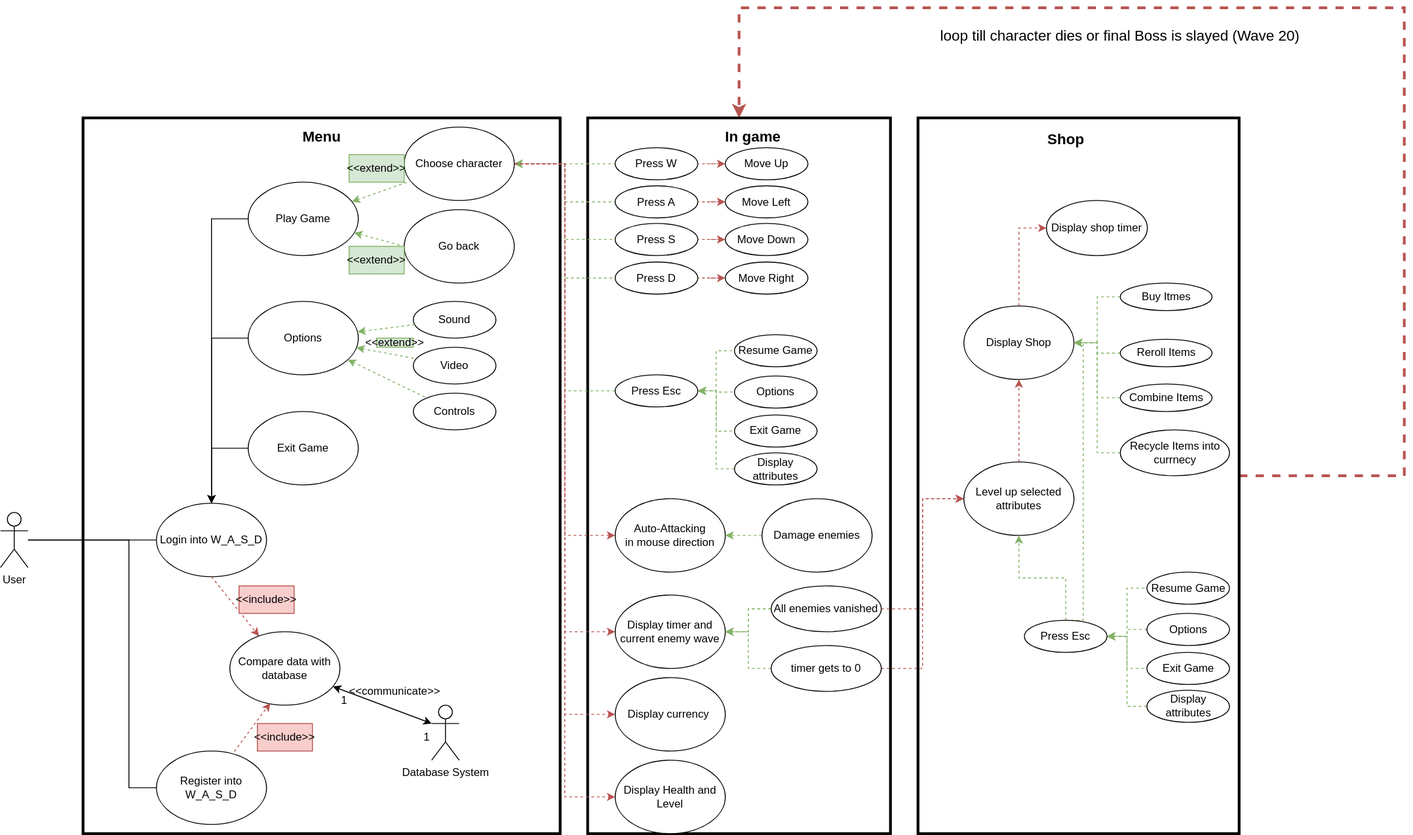
The draw.io diagram diagrams/Use-Case-Diagrams/Use-Case-DiagrammV.1.drawio.svg in Andrushka130/WASD, before a commit. Source tidied: cells renumbered, new cells last; positions are measured from the earlier drawing's top-left corner, leaving out a move shared by most shapes.
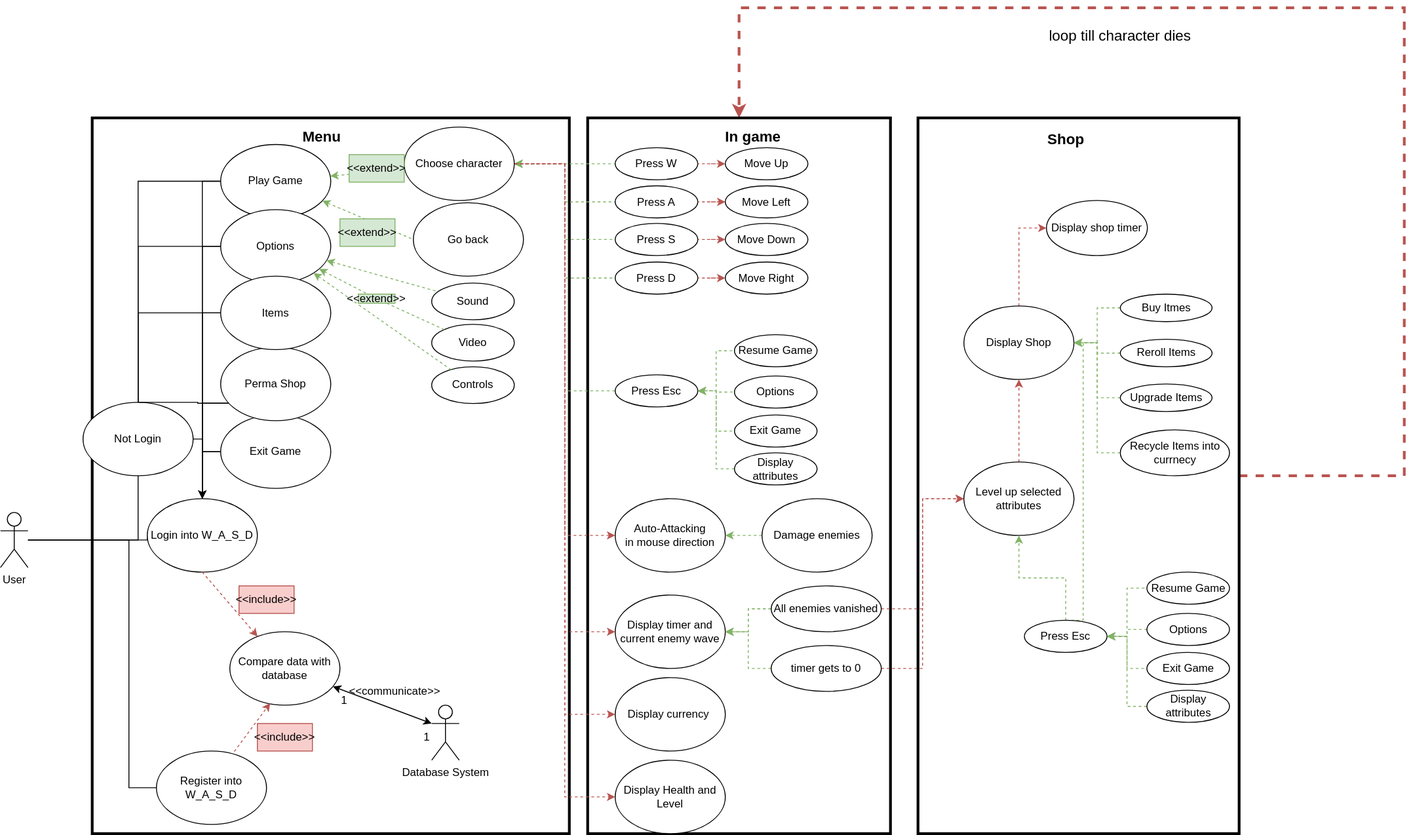
The same file after the commit.

Change to the diagram source:
```diff
@@ -18,7 +18,7 @@
       <mxGeometry x="640" y="120" width="330" height="780" as="geometry" />
     </mxCell>
     <mxCell id="5" style="rounded=0;whiteSpace=wrap;html=1;fillColor=default;strokeWidth=3;" parent="1" vertex="1">
-      <mxGeometry x="90" y="120" width="520" height="780" as="geometry" />
+      <mxGeometry x="100" y="120" width="520" height="780" as="geometry" />
     </mxCell>
     <mxCell id="6" style="edgeStyle=orthogonalEdgeStyle;rounded=0;jettySize=auto;html=1;entryX=0;entryY=0.5;entryDx=0;entryDy=0;startArrow=none;startFill=0;endArrow=none;endFill=0;" parent="1" edge="1" source="8" target="12">
       <mxGeometry relative="1" as="geometry">
@@ -36,6 +36,9 @@
         </Array>
       </mxGeometry>
     </mxCell>
+    <mxCell id="112" style="edgeStyle=orthogonalEdgeStyle;rounded=0;jettySize=auto;html=1;entryX=0.5;entryY=1;entryDx=0;entryDy=0;endArrow=none;endFill=0;" parent="1" edge="1" source="8" target="116">
+      <mxGeometry relative="1" as="geometry" />
+    </mxCell>
     <mxCell id="8" value="User" style="shape=umlActor;verticalLabelPosition=bottom;verticalAlign=top;html=1;outlineConnect=0;" parent="1" vertex="1">
       <mxGeometry y="550" width="30" height="60" as="geometry" />
     </mxCell>
@@ -43,13 +46,21 @@
       <mxGeometry relative="1" as="geometry" />
     </mxCell>
     <mxCell id="10" style="edgeStyle=orthogonalEdgeStyle;rounded=0;jettySize=auto;html=1;entryX=0;entryY=0.5;entryDx=0;entryDy=0;startArrow=classic;startFill=1;endArrow=none;endFill=0;" parent="1" edge="1" source="12" target="26">
-      <mxGeometry relative="1" as="geometry" />
+      <mxGeometry relative="1" as="geometry">
+        <Array as="points">
+          <mxPoint x="220" y="260" />
+        </Array>
+      </mxGeometry>
     </mxCell>
     <mxCell id="11" style="edgeStyle=orthogonalEdgeStyle;rounded=0;jettySize=auto;html=1;entryX=0;entryY=0.5;entryDx=0;entryDy=0;startArrow=classic;startFill=1;endArrow=none;endFill=0;" parent="1" edge="1" source="12" target="24">
-      <mxGeometry relative="1" as="geometry" />
+      <mxGeometry relative="1" as="geometry">
+        <Array as="points">
+          <mxPoint x="220" y="189" />
+        </Array>
+      </mxGeometry>
     </mxCell>
     <mxCell id="12" value="Login into W_A_S_D" style="ellipse;whiteSpace=wrap;html=1;" parent="1" vertex="1">
-      <mxGeometry x="170" y="540" width="120" height="80" as="geometry" />
+      <mxGeometry x="160" y="535" width="120" height="80" as="geometry" />
     </mxCell>
     <mxCell id="13" value="Compare data with database" style="ellipse;whiteSpace=wrap;html=1;" parent="1" vertex="1">
       <mxGeometry x="250" y="680" width="120" height="80" as="geometry" />
@@ -84,14 +95,23 @@
     <mxCell id="23" value="&amp;lt;&amp;lt;include&amp;gt;&amp;gt;" style="text;html=1;strokeColor=#b85450;fillColor=#f8cecc;align=center;verticalAlign=middle;whiteSpace=wrap;rounded=0;" parent="1" vertex="1">
       <mxGeometry x="280" y="780" width="60" height="30" as="geometry" />
     </mxCell>
+    <mxCell id="113" style="edgeStyle=orthogonalEdgeStyle;rounded=0;jettySize=auto;html=1;endArrow=none;endFill=0;" parent="1" edge="1" source="24" target="116">
+      <mxGeometry relative="1" as="geometry" />
+    </mxCell>
     <mxCell id="24" value="Play Game" style="ellipse;whiteSpace=wrap;html=1;" parent="1" vertex="1">
-      <mxGeometry x="270" y="190" width="120" height="80" as="geometry" />
+      <mxGeometry x="240" y="149" width="120" height="80" as="geometry" />
     </mxCell>
+    <mxCell id="114" style="edgeStyle=orthogonalEdgeStyle;rounded=0;jettySize=auto;html=1;endArrow=none;endFill=0;" parent="1" edge="1" source="25" target="116">
+      <mxGeometry relative="1" as="geometry" />
+    </mxCell>
     <mxCell id="25" value="Exit Game" style="ellipse;whiteSpace=wrap;html=1;" parent="1" vertex="1">
-      <mxGeometry x="270" y="440" width="120" height="80" as="geometry" />
+      <mxGeometry x="240" y="443.8" width="120" height="80" as="geometry" />
     </mxCell>
+    <mxCell id="115" style="edgeStyle=orthogonalEdgeStyle;rounded=0;jettySize=auto;html=1;endArrow=none;endFill=0;" parent="1" edge="1" source="26" target="116">
+      <mxGeometry relative="1" as="geometry" />
+    </mxCell>
     <mxCell id="26" value="Options" style="ellipse;whiteSpace=wrap;html=1;" parent="1" vertex="1">
-      <mxGeometry x="270" y="320" width="120" height="80" as="geometry" />
+      <mxGeometry x="240" y="220" width="120" height="80" as="geometry" />
     </mxCell>
     <mxCell id="27" style="edgeStyle=orthogonalEdgeStyle;rounded=0;jettySize=auto;html=1;fontSize=16;startArrow=classic;startFill=1;endArrow=none;endFill=0;fillColor=#d5e8d4;strokeColor=#82b366;dashed=1;" parent="1" edge="1" source="35" target="50">
       <mxGeometry relative="1" as="geometry" />
@@ -127,35 +147,32 @@
       <mxGeometry x="380" y="160" width="60" height="30" as="geometry" />
     </mxCell>
     <mxCell id="38" value="Go back" style="ellipse;whiteSpace=wrap;html=1;" parent="1" vertex="1">
-      <mxGeometry x="440" y="220" width="120" height="80" as="geometry" />
+      <mxGeometry x="450" y="212.5" width="120" height="80" as="geometry" />
     </mxCell>
     <mxCell id="39" style="endArrow=none;html=1;rounded=0;dashed=1;fillColor=#d5e8d4;strokeColor=#82b366;startArrow=classic;startFill=1;endFill=0;entryX=0;entryY=0.5;entryDx=0;entryDy=0;" parent="1" edge="1" source="24" target="38">
       <mxGeometry relative="1" as="geometry" />
     </mxCell>
     <mxCell id="40" value="&amp;lt;&amp;lt;extend&amp;gt;&amp;gt;" style="text;html=1;strokeColor=#82b366;fillColor=#d5e8d4;align=center;verticalAlign=middle;whiteSpace=wrap;rounded=0;" parent="1" vertex="1">
-      <mxGeometry x="380" y="260" width="60" height="30" as="geometry" />
+      <mxGeometry x="370" y="230" width="60" height="30" as="geometry" />
     </mxCell>
     <mxCell id="41" value="Sound" style="ellipse;whiteSpace=wrap;html=1;" parent="1" vertex="1">
-      <mxGeometry x="450" y="320" width="90" height="40" as="geometry" />
+      <mxGeometry x="470" y="300" width="90" height="40" as="geometry" />
     </mxCell>
     <mxCell id="42" value="Video" style="ellipse;whiteSpace=wrap;html=1;" parent="1" vertex="1">
-      <mxGeometry x="450" y="370" width="90" height="40" as="geometry" />
+      <mxGeometry x="470" y="345" width="90" height="40" as="geometry" />
     </mxCell>
     <mxCell id="43" value="Controls" style="ellipse;whiteSpace=wrap;html=1;" parent="1" vertex="1">
-      <mxGeometry x="450" y="420" width="90" height="40" as="geometry" />
+      <mxGeometry x="470" y="391.2" width="90" height="40" as="geometry" />
     </mxCell>
     <mxCell id="44" style="endArrow=none;html=1;rounded=0;dashed=1;fillColor=#d5e8d4;strokeColor=#82b366;startArrow=classic;startFill=1;endFill=0;" parent="1" edge="1" source="26" target="41">
       <mxGeometry relative="1" as="geometry" />
     </mxCell>
-    <mxCell id="45" style="endArrow=none;html=1;rounded=0;dashed=1;fillColor=#d5e8d4;strokeColor=#82b366;startArrow=classic;startFill=1;endFill=0;" parent="1" edge="1" source="26" target="42">
+    <mxCell id="45" style="endArrow=none;html=1;rounded=0;dashed=1;fillColor=#d5e8d4;strokeColor=#82b366;startArrow=none;startFill=1;endFill=0;" parent="1" edge="1" source="47" target="42">
       <mxGeometry relative="1" as="geometry" />
     </mxCell>
     <mxCell id="46" style="endArrow=none;html=1;rounded=0;dashed=1;fillColor=#d5e8d4;strokeColor=#82b366;startArrow=classic;startFill=1;endFill=0;" parent="1" edge="1" source="26" target="43">
       <mxGeometry relative="1" as="geometry" />
     </mxCell>
-    <mxCell id="47" value="&amp;lt;&amp;lt;extend&amp;gt;&amp;gt;" style="text;html=1;strokeColor=#82b366;fillColor=#d5e8d4;align=center;verticalAlign=middle;whiteSpace=wrap;rounded=0;" parent="1" vertex="1">
-      <mxGeometry x="410" y="360" width="40" height="10" as="geometry" />
-    </mxCell>
     <mxCell id="48" value="&lt;b&gt;&lt;font style=&quot;font-size: 16px&quot;&gt;Menu&lt;/font&gt;&lt;/b&gt;" style="text;html=1;align=center;verticalAlign=middle;strokeColor=none;fillColor=none;" parent="1" vertex="1">
       <mxGeometry x="320" y="130" width="60" height="20" as="geometry" />
     </mxCell>
@@ -292,7 +309,7 @@
       <mxGeometry relative="1" as="geometry" />
     </mxCell>
     <mxCell id="92" value="Buy Itmes" style="ellipse;whiteSpace=wrap;html=1;" parent="1" vertex="1">
-      <mxGeometry x="1220.5" y="300" width="100" height="30" as="geometry" />
+      <mxGeometry x="1220.5" y="312" width="100" height="30" as="geometry" />
     </mxCell>
     <mxCell id="93" style="edgeStyle=orthogonalEdgeStyle;rounded=0;jettySize=auto;html=1;entryX=1;entryY=0.5;entryDx=0;entryDy=0;dashed=1;fontSize=16;startArrow=none;startFill=0;endArrow=classic;endFill=1;fillColor=#d5e8d4;strokeColor=#82b366;" parent="1" edge="1" source="94" target="89">
       <mxGeometry relative="1" as="geometry" />
@@ -309,7 +326,7 @@
     <mxCell id="97" style="edgeStyle=orthogonalEdgeStyle;rounded=0;jettySize=auto;html=1;entryX=1;entryY=0.5;entryDx=0;entryDy=0;dashed=1;fontSize=16;startArrow=none;startFill=0;endArrow=classic;endFill=1;fillColor=#d5e8d4;strokeColor=#82b366;" parent="1" edge="1" source="98" target="89">
       <mxGeometry relative="1" as="geometry" />
     </mxCell>
-    <mxCell id="98" value="Combine Items" style="ellipse;whiteSpace=wrap;html=1;" parent="1" vertex="1">
+    <mxCell id="98" value="Upgrade Items" style="ellipse;whiteSpace=wrap;html=1;" parent="1" vertex="1">
       <mxGeometry x="1220.5" y="410" width="100" height="30" as="geometry" />
     </mxCell>
     <mxCell id="99" style="edgeStyle=orthogonalEdgeStyle;rounded=0;jettySize=auto;html=1;entryX=0;entryY=0.5;entryDx=0;entryDy=0;dashed=1;fontSize=16;startArrow=classic;startFill=1;endArrow=none;endFill=0;fillColor=#d5e8d4;strokeColor=#82b366;" parent="1" edge="1" source="104" target="105">
@@ -350,11 +367,51 @@
     <mxCell id="109" value="Display attributes" style="ellipse;whiteSpace=wrap;html=1;" parent="1" vertex="1">
       <mxGeometry x="1249.5" y="743.8" width="90" height="35" as="geometry" />
     </mxCell>
-    <mxCell id="110" value="loop till character dies or final Boss is slayed (Wave 20)" style="text;html=1;align=center;verticalAlign=middle;strokeColor=none;fillColor=none;fontSize=16;" parent="1" vertex="1">
-      <mxGeometry x="1015" y="20" width="410" height="20" as="geometry" />
+    <mxCell id="110" value="loop till character dies" style="text;html=1;align=center;verticalAlign=middle;strokeColor=none;fillColor=none;fontSize=16;" parent="1" vertex="1">
+      <mxGeometry x="1135" y="20" width="170" height="20" as="geometry" />
     </mxCell>
     <mxCell id="111" value="Display Health and Level" style="ellipse;whiteSpace=wrap;html=1;" parent="1" vertex="1">
       <mxGeometry x="670" y="820" width="120" height="80" as="geometry" />
     </mxCell>
+    <mxCell id="116" value="Not Login" style="ellipse;whiteSpace=wrap;html=1;" parent="1" vertex="1">
+      <mxGeometry x="90" y="430" width="120" height="80" as="geometry" />
+    </mxCell>
+    <mxCell id="117" style="edgeStyle=orthogonalEdgeStyle;rounded=0;jettySize=auto;html=1;endArrow=none;endFill=0;" parent="1" edge="1" source="119" target="12">
+      <mxGeometry relative="1" as="geometry">
+        <Array as="points">
+          <mxPoint x="220" y="431" />
+        </Array>
+      </mxGeometry>
+    </mxCell>
+    <mxCell id="118" style="edgeStyle=orthogonalEdgeStyle;rounded=0;jettySize=auto;html=1;entryX=0.5;entryY=0;entryDx=0;entryDy=0;endArrow=none;endFill=0;" parent="1" edge="1" source="119" target="116">
+      <mxGeometry relative="1" as="geometry">
+        <Array as="points">
+          <mxPoint x="215" y="431" />
+          <mxPoint x="215" y="430" />
+        </Array>
+      </mxGeometry>
+    </mxCell>
+    <mxCell id="119" value="Perma Shop" style="ellipse;whiteSpace=wrap;html=1;" parent="1" vertex="1">
+      <mxGeometry x="240" y="370" width="120" height="80" as="geometry" />
+    </mxCell>
+    <mxCell id="120" style="edgeStyle=orthogonalEdgeStyle;rounded=0;jettySize=auto;html=1;entryX=0.5;entryY=0;entryDx=0;entryDy=0;endArrow=none;endFill=0;" parent="1" edge="1" source="122" target="12">
+      <mxGeometry relative="1" as="geometry">
+        <Array as="points">
+          <mxPoint x="220" y="333" />
+        </Array>
+      </mxGeometry>
+    </mxCell>
+    <mxCell id="121" style="edgeStyle=orthogonalEdgeStyle;rounded=0;jettySize=auto;html=1;entryX=0.5;entryY=0;entryDx=0;entryDy=0;endArrow=none;endFill=0;" parent="1" edge="1" source="122" target="116">
+      <mxGeometry relative="1" as="geometry" />
+    </mxCell>
+    <mxCell id="122" value="Items" style="ellipse;whiteSpace=wrap;html=1;" parent="1" vertex="1">
+      <mxGeometry x="240" y="292.5" width="120" height="80" as="geometry" />
+    </mxCell>
+    <mxCell id="47" value="&amp;lt;&amp;lt;extend&amp;gt;&amp;gt;" style="text;html=1;strokeColor=#82b366;fillColor=#d5e8d4;align=center;verticalAlign=middle;whiteSpace=wrap;rounded=0;" parent="1" vertex="1">
+      <mxGeometry x="390" y="312" width="40" height="10" as="geometry" />
+    </mxCell>
+    <mxCell id="123" style="endArrow=none;html=1;rounded=0;dashed=1;fillColor=#d5e8d4;strokeColor=#82b366;startArrow=classic;startFill=1;endFill=0;" parent="1" edge="1" source="26" target="47">
+      <mxGeometry relative="1" as="geometry" />
+    </mxCell>
   </root>
 </mxGraphModel>
```
